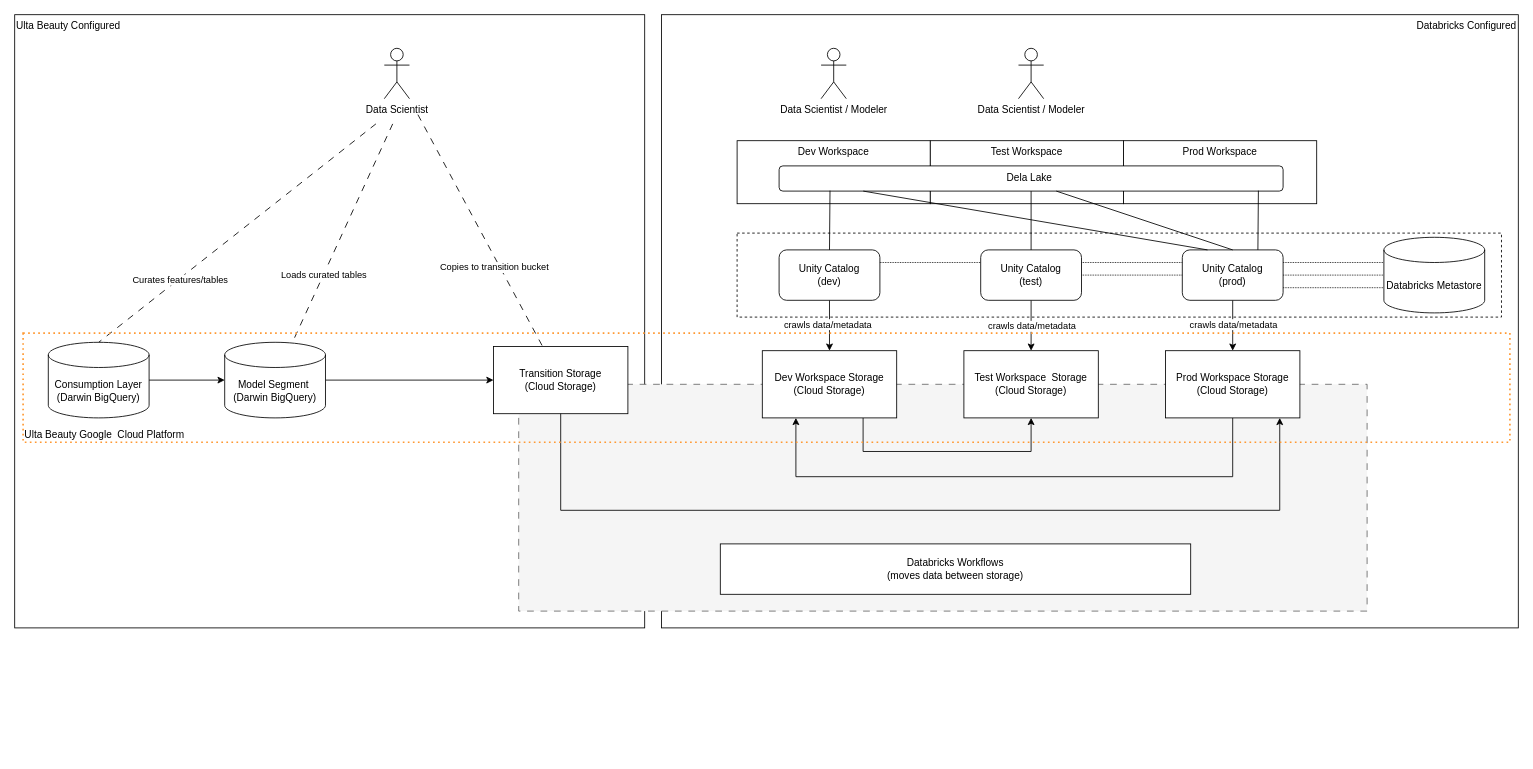
This is page "Databricks Data" (5 of 7) of images/databricks.drawio from bpayt2/temp, a draw.io file, before an edit. Source tidied: cells renumbered, new cells numbered last; positions are measured from the earlier drawing's top-left corner, leaving out a move shared by most shapes. Both pictures are drawn from the tidied source at 84%, with x=0, y=0 at pixel (14, 14).
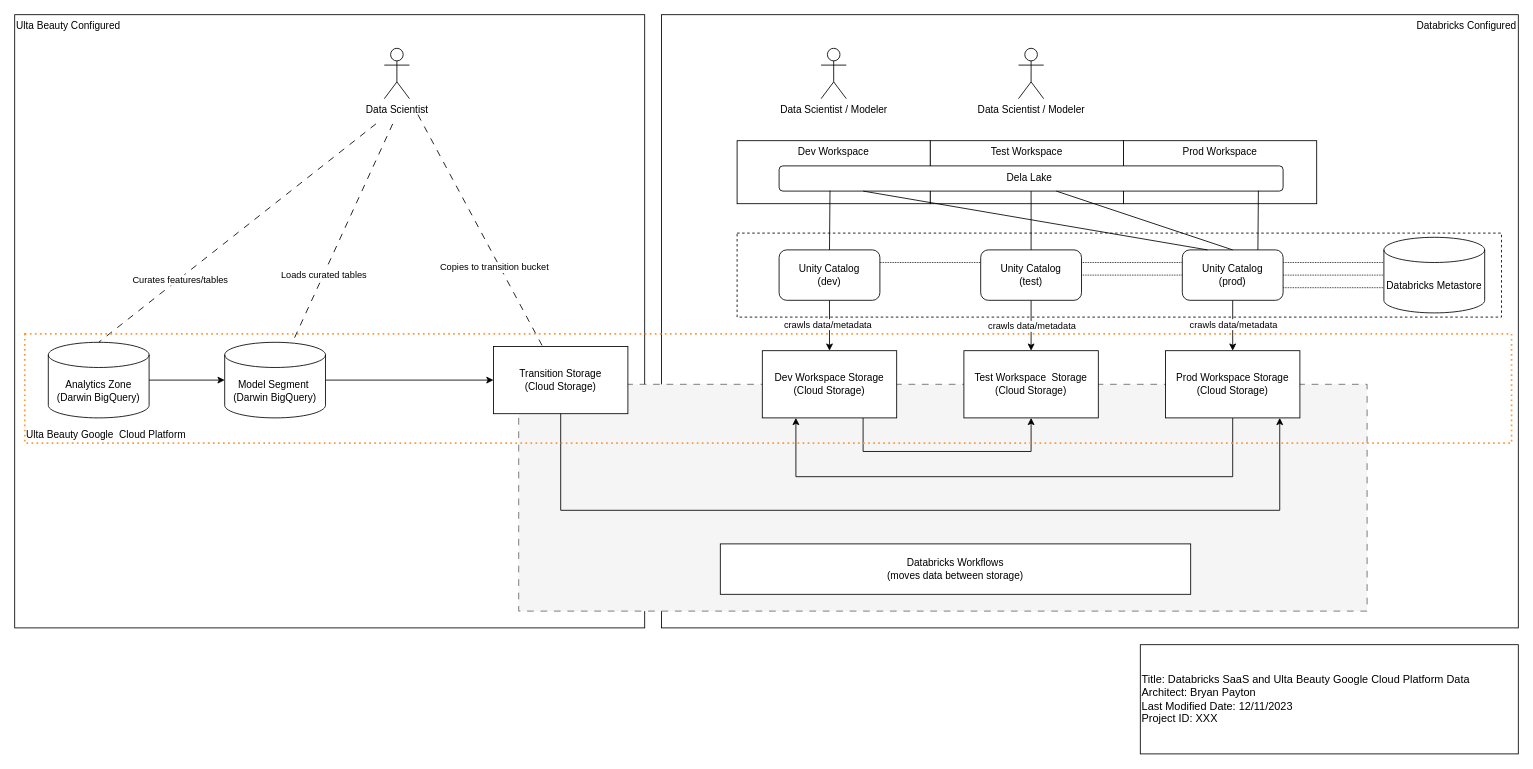
The same diagram, later.

Change to the diagram source:
```diff
@@
-    <mxCell id="19" value="Consumption Layer&lt;br&gt;(Darwin BigQuery)" style="shape=cylinder3;whiteSpace=wrap;html=1;boundedLbl=1;backgroundOutline=1;size=15;" parent="1" vertex="1">
+    <mxCell id="19" value="Analytics Zone&lt;br&gt;(Darwin BigQuery)" style="shape=cylinder3;whiteSpace=wrap;html=1;boundedLbl=1;backgroundOutline=1;size=15;" parent="1" vertex="1">
       <mxGeometry x="40" y="390" width="120" height="90" as="geometry" />
     </mxCell>
@@
     <mxCell id="49" value="Ulta Beauty Google&amp;nbsp; Cloud Platform" style="rounded=0;whiteSpace=wrap;html=1;dashed=1;dashPattern=1 2;verticalAlign=bottom;align=left;fillColor=none;strokeColor=#FF9933;strokeWidth=2;" parent="1" vertex="1">
-      <mxGeometry x="10" y="379" width="1770" height="130" as="geometry" />
+      <mxGeometry x="12" y="380" width="1770" height="130" as="geometry" />
     </mxCell>
+    <mxCell id="50" value="&lt;font style=&quot;font-size: 13px;&quot;&gt;Title: Databricks SaaS and Ulta Beauty Google Cloud Platform Data&lt;br&gt;Architect: Bryan Payton&lt;br&gt;Last Modified Date: 12/11/2023&lt;br&gt;Project ID: XXX&lt;/font&gt;" style="rounded=0;whiteSpace=wrap;html=1;align=left;" parent="1" vertex="1">
+      <mxGeometry x="1340" y="750" width="450" height="130" as="geometry" />
+    </mxCell>
```
